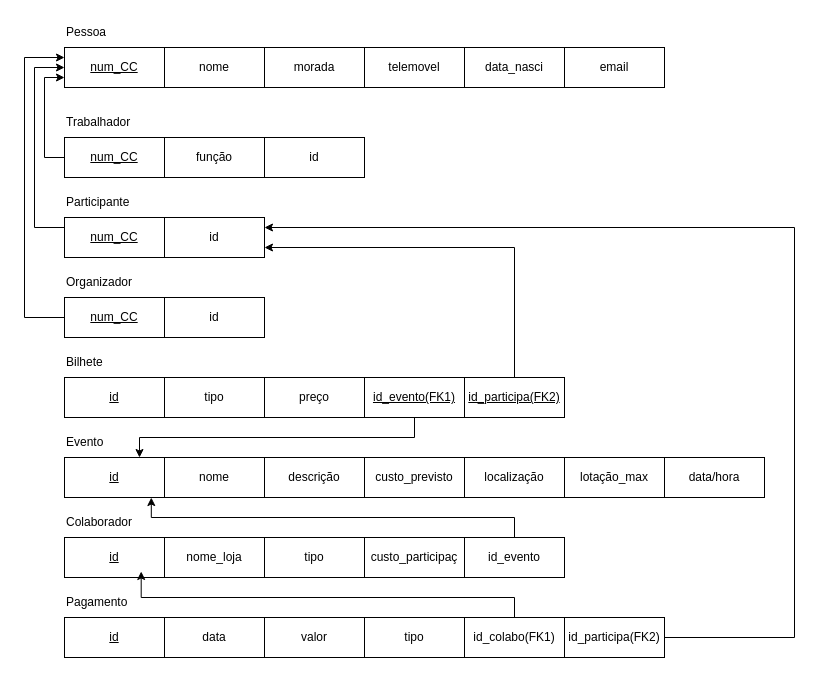
Above: ER_projeto.drawio in rtavares018/BD (draw.io), before the change. Source tidied: cells renumbered, new cells numbered last; positions are measured from the earlier drawing's top-left corner, leaving out a move shared by most shapes. Both pictures are drawn from the tidied source at 100%, with x=0, y=0 at pixel (24, 17).
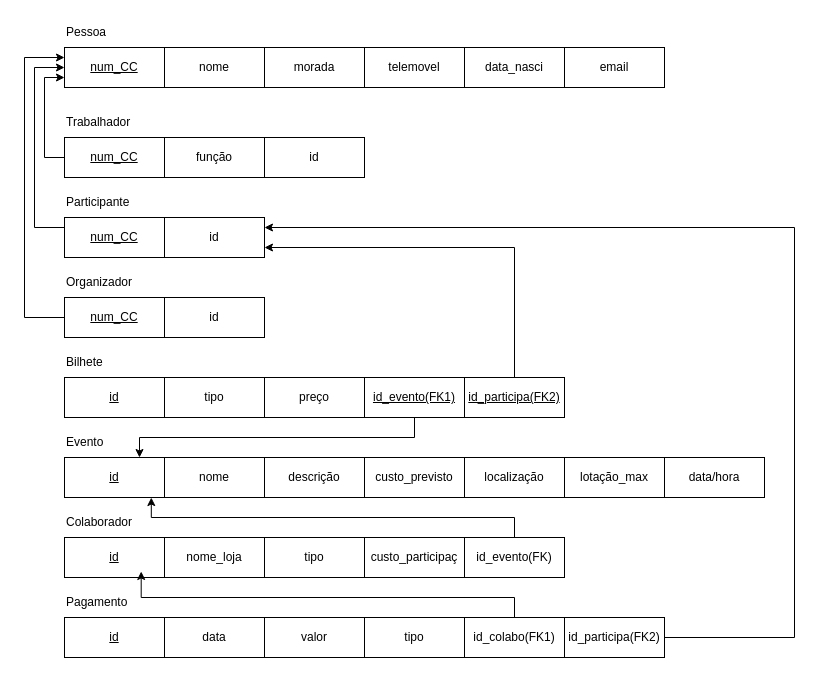
After the change.

The edit, as a diff of the source:
```diff
@@
-    <mxCell id="48" value="id_evento" style="rounded=0;whiteSpace=wrap;html=1;fontStyle=0;" parent="1" vertex="1">
+    <mxCell id="48" value="id_evento(FK)" style="rounded=0;whiteSpace=wrap;html=1;fontStyle=0;" parent="1" vertex="1">
       <mxGeometry x="440" y="520" width="100" height="40" as="geometry" />
     </mxCell>
```
